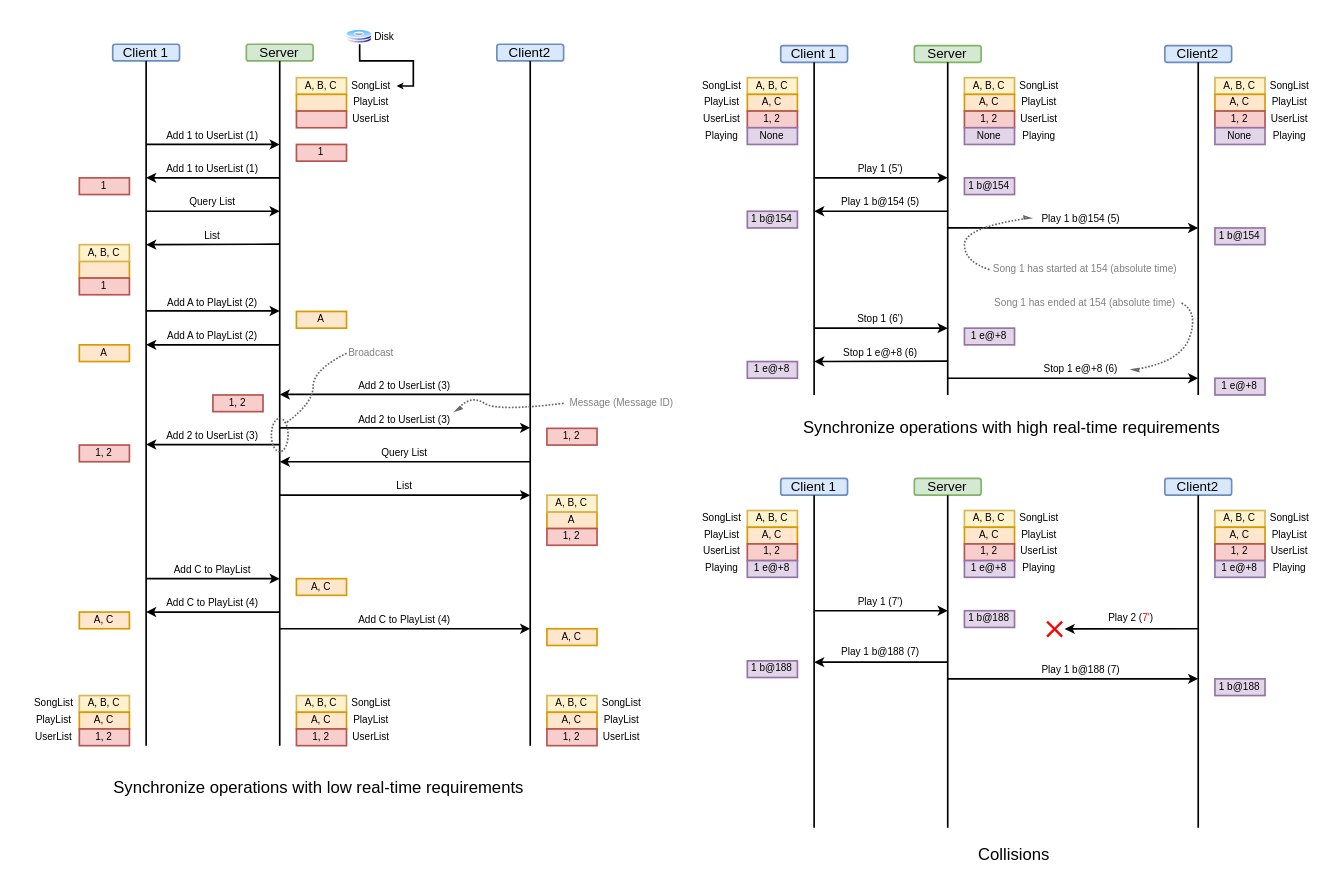
xrysamuel/my-drawio keeps this draw.io diagram as Drafts/ksys.drawio. Above is the earlier version. Source tidied: cells renumbered, new cells numbered last; positions are measured from the earlier drawing's top-left corner, leaving out a move shared by most shapes. Both pictures are drawn from the tidied source at 167%, with x=0, y=0 at pixel (28, 28).
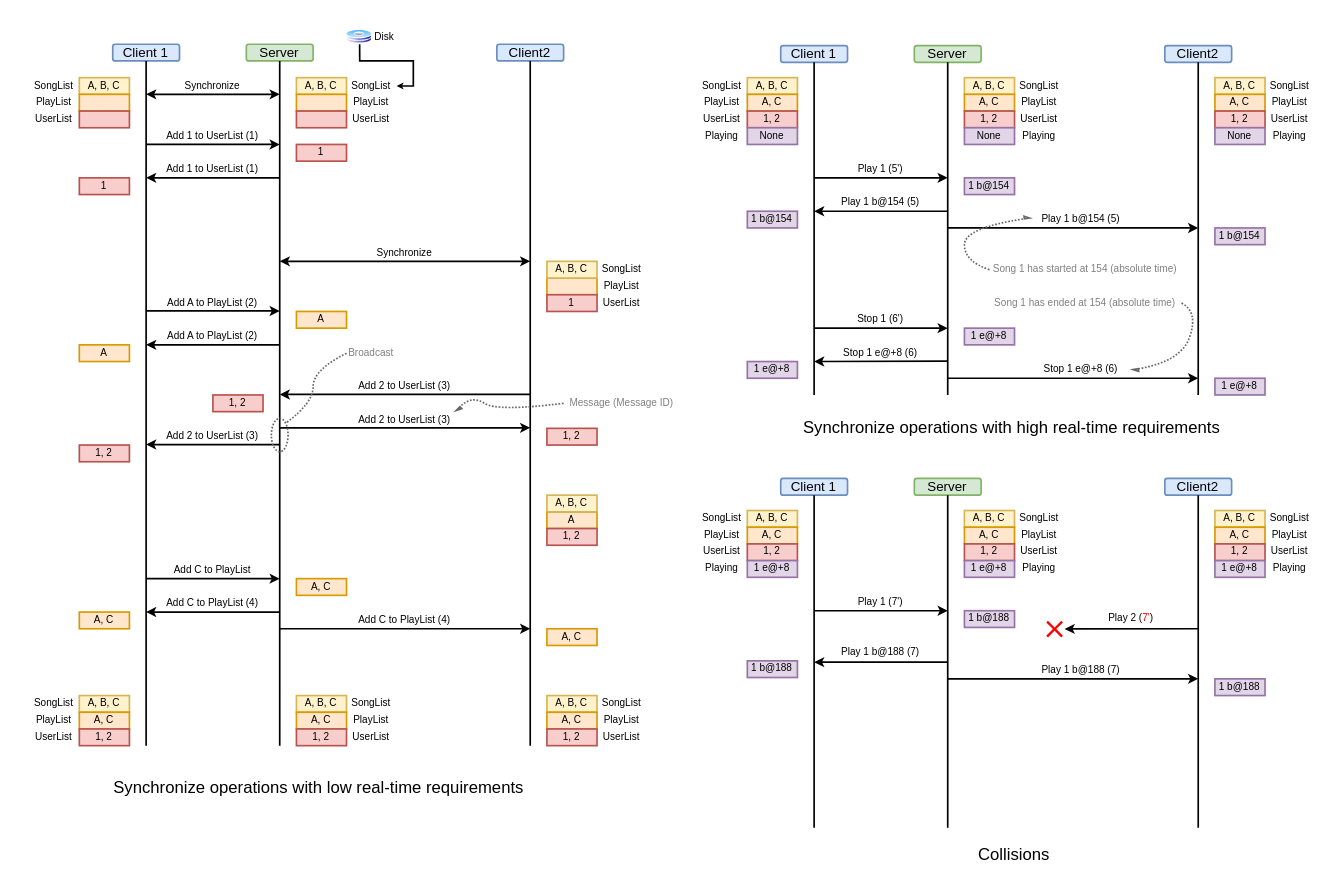
After the change.

What changed in the source:
```diff
@@
     <mxCell id="23" style="rounded=0;whiteSpace=wrap;html=1;fillColor=#ffe6cc;strokeColor=#d79b00;fontSize=6;" parent="1" vertex="1">
-      <mxGeometry x="30" y="139" width="30" height="10" as="geometry" />
+      <mxGeometry x="310" y="149" width="30" height="10" as="geometry" />
     </mxCell>
@@
     <mxCell id="26" value="A, B, C" style="rounded=0;whiteSpace=wrap;html=1;fillColor=#fff2cc;strokeColor=#d6b656;fontSize=6;" parent="1" vertex="1">
-      <mxGeometry x="30" y="129" width="30" height="10" as="geometry" />
+      <mxGeometry x="310" y="139" width="30" height="10" as="geometry" />
     </mxCell>
@@
-    <mxCell id="32" style="endArrow=classic;html=1;rounded=0;startSize=3;endSize=3;" parent="1" edge="1">
-      <mxGeometry relative="1" as="geometry">
-        <mxPoint x="70" y="109" as="sourcePoint" />
-        <mxPoint x="150" y="109" as="targetPoint" />
-      </mxGeometry>
-    </mxCell>
-    <mxCell id="33" value="Query List" style="text;html=1;align=center;verticalAlign=middle;whiteSpace=wrap;rounded=0;fontSize=6;" parent="1" vertex="1">
-      <mxGeometry x="80" y="99" width="60" height="10" as="geometry" />
-    </mxCell>
-    <mxCell id="34" style="endArrow=classic;html=1;rounded=0;startSize=3;endSize=3;fillColor=#e1d5e7;strokeColor=default;align=center;verticalAlign=middle;fontFamily=Helvetica;fontSize=11;fontColor=default;labelBackgroundColor=default;" parent="1" edge="1">
-      <mxGeometry relative="1" as="geometry">
-        <mxPoint x="150" y="128.7" as="sourcePoint" />
-        <mxPoint x="70" y="129" as="targetPoint" />
-      </mxGeometry>
-    </mxCell>
     <mxCell id="35" value="1" style="rounded=0;whiteSpace=wrap;html=1;fillColor=#f8cecc;strokeColor=#b85450;fontSize=6;" parent="1" vertex="1">
-      <mxGeometry x="30" y="149" width="30" height="10" as="geometry" />
+      <mxGeometry x="310" y="159" width="30" height="10" as="geometry" />
     </mxCell>
@@
-    <mxCell id="41" style="endArrow=classic;html=1;rounded=0;startSize=3;endSize=3;" parent="1" edge="1">
-      <mxGeometry relative="1" as="geometry">
-        <mxPoint x="300" y="259" as="sourcePoint" />
-        <mxPoint x="150" y="259" as="targetPoint" />
-      </mxGeometry>
-    </mxCell>
-    <mxCell id="42" value="Query List" style="text;html=1;align=center;verticalAlign=middle;whiteSpace=wrap;rounded=0;fontSize=6;" parent="1" vertex="1">
-      <mxGeometry x="195" y="249" width="60" height="10" as="geometry" />
-    </mxCell>
@@
-    <mxCell id="46" value="List" style="text;html=1;align=center;verticalAlign=middle;whiteSpace=wrap;rounded=0;fontSize=6;" parent="1" vertex="1">
-      <mxGeometry x="80" y="119" width="60" height="10" as="geometry" />
-    </mxCell>
-    <mxCell id="47" style="endArrow=classic;html=1;rounded=0;startSize=3;endSize=3;fillColor=#e1d5e7;strokeColor=default;align=center;verticalAlign=middle;fontFamily=Helvetica;fontSize=11;fontColor=default;labelBackgroundColor=default;" parent="1" edge="1">
-      <mxGeometry relative="1" as="geometry">
-        <mxPoint x="150" y="279" as="sourcePoint" />
-        <mxPoint x="300" y="279" as="targetPoint" />
-      </mxGeometry>
-    </mxCell>
-    <mxCell id="48" value="List" style="text;html=1;align=center;verticalAlign=middle;whiteSpace=wrap;rounded=0;fontSize=6;" parent="1" vertex="1">
-      <mxGeometry x="195" y="269" width="60" height="10" as="geometry" />
-    </mxCell>
@@
-    <mxCell id="115" value="1" style="rounded=0;whiteSpace=wrap;html=1;fillColor=#f8cecc;strokeColor=#b85450;fontSize=6;" parent="1" vertex="1">
-      <mxGeometry x="30" y="89" width="30" height="10" as="geometry" />
-    </mxCell>
@@
+    <mxCell id="181" style="endArrow=classic;html=1;rounded=0;startSize=3;endSize=3;startArrow=classic;startFill=1;" parent="1" edge="1">
+      <mxGeometry relative="1" as="geometry">
+        <mxPoint x="70" y="39" as="sourcePoint" />
+        <mxPoint x="150" y="39" as="targetPoint" />
+      </mxGeometry>
+    </mxCell>
+    <mxCell id="182" value="Synchronize" style="text;html=1;align=center;verticalAlign=middle;whiteSpace=wrap;rounded=0;fontSize=6;dashed=1;dashPattern=1 1;" parent="1" vertex="1">
+      <mxGeometry x="80" y="29" width="60" height="10" as="geometry" />
+    </mxCell>
+    <mxCell id="183" value="A, B, C" style="rounded=0;whiteSpace=wrap;html=1;fillColor=#fff2cc;strokeColor=#d6b656;fontSize=6;" parent="1" vertex="1">
+      <mxGeometry x="30" y="29" width="30" height="10" as="geometry" />
+    </mxCell>
+    <mxCell id="184" style="rounded=0;whiteSpace=wrap;html=1;fillColor=#ffe6cc;strokeColor=#d79b00;fontSize=6;" parent="1" vertex="1">
+      <mxGeometry x="30" y="39" width="30" height="10" as="geometry" />
+    </mxCell>
+    <mxCell id="185" style="rounded=0;whiteSpace=wrap;html=1;fillColor=#f8cecc;strokeColor=#b85450;fontSize=6;" parent="1" vertex="1">
+      <mxGeometry x="30" y="49" width="30" height="10" as="geometry" />
+    </mxCell>
+    <mxCell id="186" value="SongList" style="text;html=1;align=center;verticalAlign=middle;whiteSpace=wrap;rounded=0;fontSize=6;" parent="1" vertex="1">
+      <mxGeometry y="29" width="30" height="10" as="geometry" />
+    </mxCell>
+    <mxCell id="187" value="PlayList" style="text;html=1;align=center;verticalAlign=middle;whiteSpace=wrap;rounded=0;fontSize=6;" parent="1" vertex="1">
+      <mxGeometry y="39" width="30" height="10" as="geometry" />
+    </mxCell>
+    <mxCell id="188" value="UserList" style="text;html=1;align=center;verticalAlign=middle;whiteSpace=wrap;rounded=0;fontSize=6;" parent="1" vertex="1">
+      <mxGeometry y="49" width="30" height="10" as="geometry" />
+    </mxCell>
+    <mxCell id="189" style="endArrow=classic;html=1;rounded=0;startSize=3;endSize=3;startArrow=classic;startFill=1;" parent="1" edge="1">
+      <mxGeometry relative="1" as="geometry">
+        <mxPoint x="150" y="139" as="sourcePoint" />
+        <mxPoint x="300" y="139" as="targetPoint" />
+      </mxGeometry>
+    </mxCell>
+    <mxCell id="190" value="Synchronize" style="text;html=1;align=center;verticalAlign=middle;whiteSpace=wrap;rounded=0;fontSize=6;dashed=1;dashPattern=1 1;" parent="1" vertex="1">
+      <mxGeometry x="195" y="129" width="60" height="10" as="geometry" />
+    </mxCell>
+    <mxCell id="115" value="1" style="rounded=0;whiteSpace=wrap;html=1;fillColor=#f8cecc;strokeColor=#b85450;fontSize=6;" parent="1" vertex="1">
+      <mxGeometry x="30" y="89" width="30" height="10" as="geometry" />
+    </mxCell>
+    <mxCell id="191" value="SongList" style="text;html=1;align=center;verticalAlign=middle;whiteSpace=wrap;rounded=0;fontSize=6;" parent="1" vertex="1">
+      <mxGeometry x="340" y="139" width="30" height="10" as="geometry" />
+    </mxCell>
+    <mxCell id="192" value="PlayList" style="text;html=1;align=center;verticalAlign=middle;whiteSpace=wrap;rounded=0;fontSize=6;" parent="1" vertex="1">
+      <mxGeometry x="340" y="149" width="30" height="10" as="geometry" />
+    </mxCell>
+    <mxCell id="193" value="UserList" style="text;html=1;align=center;verticalAlign=middle;whiteSpace=wrap;rounded=0;fontSize=6;" parent="1" vertex="1">
+      <mxGeometry x="340" y="159" width="30" height="10" as="geometry" />
+    </mxCell>
```
